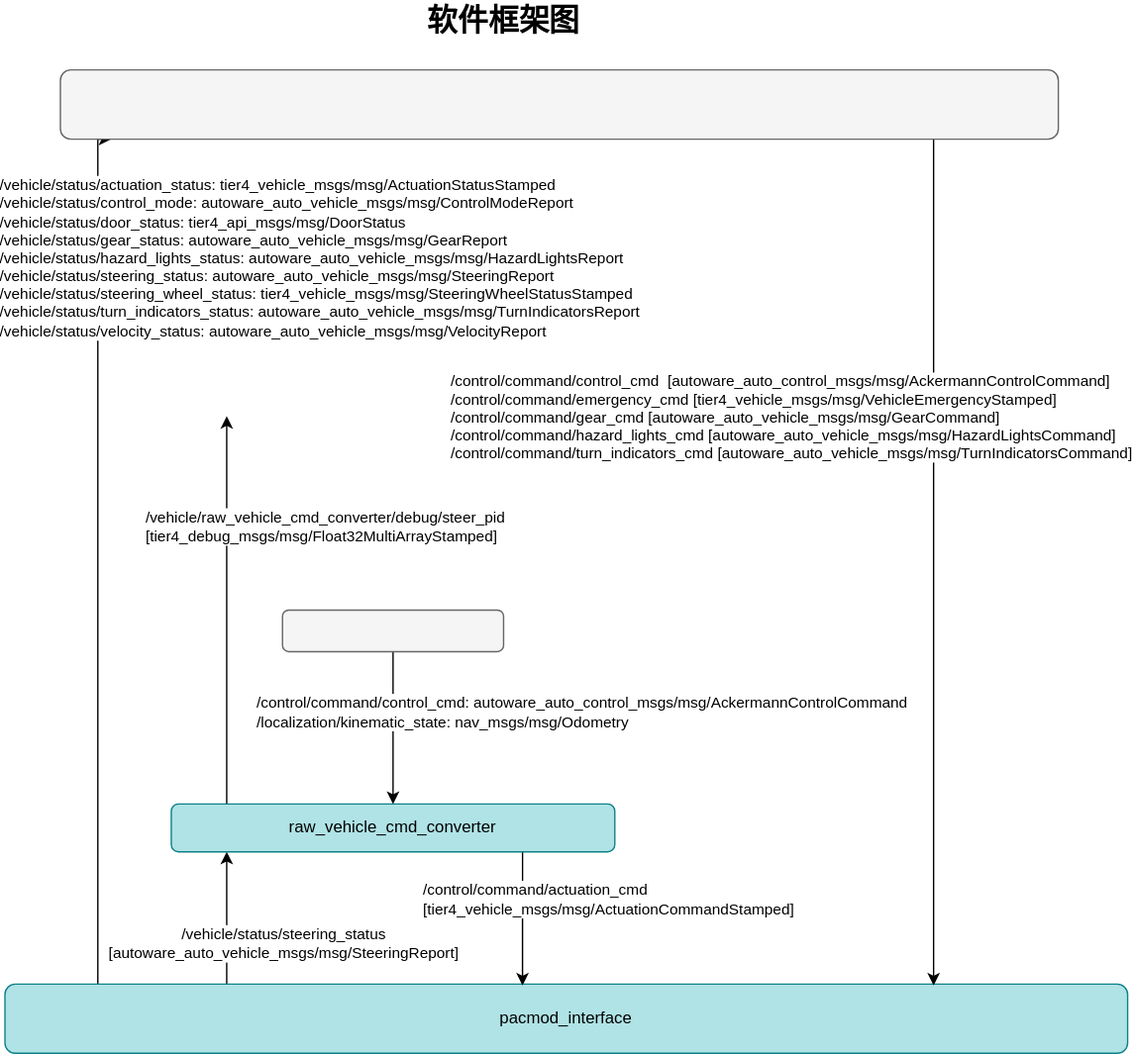
Above: co_co2_detector.drawio.svg in Jiangxumin/co_co2_detector_doc (draw.io), before the change. Source tidied: cells renumbered, new cells last; positions are measured from the earlier drawing's top-left corner, leaving out a move shared by most shapes. The source it was exported from:
```xml
<mxGraphModel>
  <root>
    <mxCell id="0" />
    <mxCell id="1" value="Toggles" parent="0" />
    <mxCell id="2" style="edgeStyle=orthogonalEdgeStyle;rounded=0;jettySize=auto;html=1;endArrow=classic;endFill=1;exitX=0.086;exitY=0.025;exitDx=0;exitDy=0;exitPerimeter=0;entryX=0.051;entryY=1;entryDx=0;entryDy=0;entryPerimeter=0;" parent="1" edge="1" source="6" target="9">
      <mxGeometry relative="1" as="geometry">
        <Array as="points">
          <mxPoint x="67" y="711" />
        </Array>
      </mxGeometry>
    </mxCell>
    <mxCell id="3" value="&lt;div style=&quot;text-align: left&quot;&gt;/vehicle/status/actuation_status: tier4_vehicle_msgs/msg/ActuationStatusStamped&lt;br&gt;&lt;/div&gt;&lt;div style=&quot;text-align: left&quot;&gt;/vehicle/status/control_mode: autoware_auto_vehicle_msgs/msg/ControlModeReport&lt;/div&gt;&lt;div style=&quot;text-align: left&quot;&gt;/vehicle/status/door_status: tier4_api_msgs/msg/DoorStatus&lt;/div&gt;&lt;div style=&quot;text-align: left&quot;&gt;/vehicle/status/gear_status: autoware_auto_vehicle_msgs/msg/GearReport&lt;/div&gt;&lt;div style=&quot;text-align: left&quot;&gt;/vehicle/status/hazard_lights_status: autoware_auto_vehicle_msgs/msg/HazardLightsReport&lt;/div&gt;&lt;div style=&quot;text-align: left&quot;&gt;/vehicle/status/steering_status: autoware_auto_vehicle_msgs/msg/SteeringReport&lt;/div&gt;&lt;div style=&quot;text-align: left&quot;&gt;/vehicle/status/steering_wheel_status: tier4_vehicle_msgs/msg/SteeringWheelStatusStamped&lt;/div&gt;&lt;div style=&quot;text-align: left&quot;&gt;/vehicle/status/turn_indicators_status: autoware_auto_vehicle_msgs/msg/TurnIndicatorsReport&lt;/div&gt;&lt;div style=&quot;text-align: left&quot;&gt;/vehicle/status/velocity_status: autoware_auto_vehicle_msgs/msg/VelocityReport&lt;/div&gt;" style="edgeLabel;html=1;align=center;verticalAlign=middle;" parent="2" vertex="1">
      <mxGeometry x="0.27" y="2" relative="1" as="geometry">
        <mxPoint x="161" y="-132" as="offset" />
      </mxGeometry>
    </mxCell>
    <mxCell id="4" style="edgeStyle=orthogonalEdgeStyle;rounded=0;jettySize=auto;html=1;" parent="1" edge="1" source="6" target="14">
      <mxGeometry relative="1" as="geometry">
        <Array as="points">
          <mxPoint x="160" y="630" />
          <mxPoint x="160" y="630" />
        </Array>
      </mxGeometry>
    </mxCell>
    <mxCell id="5" value="&lt;span style=&quot;text-align: left&quot;&gt;/vehicle/status/steering_status&lt;br&gt;[autoware_auto_vehicle_msgs/msg/SteeringReport]&lt;/span&gt;" style="edgeLabel;html=1;align=center;verticalAlign=middle;" parent="4" vertex="1">
      <mxGeometry x="0.2" y="-1" relative="1" as="geometry">
        <mxPoint x="39" y="27" as="offset" />
      </mxGeometry>
    </mxCell>
    <mxCell id="6" value="pacmod_interface" style="rounded=1;whiteSpace=wrap;html=1;fillColor=#b0e3e6;strokeColor=#0e8088;align=center;comic=0;sketch=0;" parent="1" vertex="1">
      <mxGeometry y="710" width="810" height="50" as="geometry" />
    </mxCell>
    <mxCell id="7" style="edgeStyle=orthogonalEdgeStyle;rounded=0;orthogonalLoop=1;jettySize=auto;html=1;" parent="1" edge="1">
      <mxGeometry relative="1" as="geometry">
        <mxPoint x="670" y="60" as="sourcePoint" />
        <mxPoint x="670" y="711" as="targetPoint" />
        <Array as="points">
          <mxPoint x="670" y="50" />
          <mxPoint x="670" y="711" />
        </Array>
      </mxGeometry>
    </mxCell>
    <mxCell id="8" value="&lt;div&gt;/control/command/control_cmd&amp;nbsp; [autoware_auto_control_msgs/msg/AckermannControlCommand]&lt;br&gt;&lt;/div&gt;&lt;div&gt;/control/command/emergency_cmd [tier4_vehicle_msgs/msg/VehicleEmergencyStamped]&lt;/div&gt;&lt;div&gt;/control/command/gear_cmd [autoware_auto_vehicle_msgs/msg/GearCommand]&lt;/div&gt;&lt;div&gt;/control/command/hazard_lights_cmd [autoware_auto_vehicle_msgs/msg/HazardLightsCommand]&lt;/div&gt;&lt;div&gt;/control/command/turn_indicators_cmd [autoware_auto_vehicle_msgs/msg/TurnIndicatorsCommand]&lt;/div&gt;" style="edgeLabel;html=1;align=left;verticalAlign=middle;" parent="7" vertex="1">
      <mxGeometry x="-0.19" relative="1" as="geometry">
        <mxPoint x="-350" y="-10" as="offset" />
      </mxGeometry>
    </mxCell>
    <mxCell id="9" style="rounded=1;whiteSpace=wrap;html=1;fillColor=#f5f5f5;strokeColor=#666666;align=left;comic=0;sketch=0;fontColor=#333333;" parent="1" vertex="1">
      <mxGeometry x="40" y="50" width="720" height="50" as="geometry" />
    </mxCell>
    <mxCell id="10" style="rounded=0;jettySize=auto;html=1;endArrow=classic;endFill=1;exitX=0.792;exitY=1.009;exitDx=0;exitDy=0;exitPerimeter=0;entryX=0.461;entryY=0.02;entryDx=0;entryDy=0;entryPerimeter=0;" parent="1" edge="1" source="14" target="6">
      <mxGeometry relative="1" as="geometry" />
    </mxCell>
    <mxCell id="11" value="&lt;div&gt;/control/command/actuation_cmd &lt;br&gt;[tier4_vehicle_msgs/msg/ActuationCommandStamped]&lt;br&gt;&lt;/div&gt;" style="edgeLabel;html=1;align=left;verticalAlign=middle;" parent="10" vertex="1">
      <mxGeometry x="-0.51" y="1" relative="1" as="geometry">
        <mxPoint x="-74" y="10" as="offset" />
      </mxGeometry>
    </mxCell>
    <mxCell id="12" style="edgeStyle=orthogonalEdgeStyle;rounded=0;jettySize=auto;html=1;endArrow=classic;endFill=1;" parent="1" edge="1" source="14">
      <mxGeometry relative="1" as="geometry">
        <mxPoint x="160" y="300" as="targetPoint" />
        <Array as="points">
          <mxPoint x="160" y="300" />
          <mxPoint x="160" y="300" />
        </Array>
      </mxGeometry>
    </mxCell>
    <mxCell id="13" value="&lt;div style=&quot;text-align: left&quot;&gt;/vehicle/raw_vehicle_cmd_converter/debug/steer_pid&lt;br&gt;&lt;/div&gt;&lt;div style=&quot;text-align: left&quot;&gt;[tier4_debug_msgs/msg/Float32MultiArrayStamped]&lt;/div&gt;" style="edgeLabel;html=1;align=center;verticalAlign=middle;" parent="12" vertex="1">
      <mxGeometry x="0.48" y="1" relative="1" as="geometry">
        <mxPoint x="71" y="6" as="offset" />
      </mxGeometry>
    </mxCell>
    <mxCell id="14" value="&lt;div&gt;raw_vehicle_cmd_&lt;span&gt;converter&lt;/span&gt;&lt;/div&gt;" style="rounded=1;whiteSpace=wrap;html=1;fillColor=#b0e3e6;strokeColor=#0e8088;align=center;comic=0;sketch=0;" parent="1" vertex="1">
      <mxGeometry x="120" y="580" width="320" height="34.5" as="geometry" />
    </mxCell>
    <mxCell id="15" style="rounded=0;jettySize=auto;html=1;endArrow=classic;endFill=1;entryX=0.5;entryY=0;entryDx=0;entryDy=0;" parent="1" edge="1" source="17" target="14">
      <mxGeometry relative="1" as="geometry" />
    </mxCell>
    <mxCell id="16" value="&lt;div&gt;/control/command/control_cmd: autoware_auto_control_msgs/msg/AckermannControlCommand&lt;/div&gt;&lt;div&gt;/localization/kinematic_state: nav_msgs/msg/Odometry&lt;/div&gt;" style="edgeLabel;html=1;align=left;verticalAlign=middle;" parent="15" vertex="1">
      <mxGeometry x="-0.43" y="-1" relative="1" as="geometry">
        <mxPoint x="-99" y="11" as="offset" />
      </mxGeometry>
    </mxCell>
    <mxCell id="17" style="rounded=1;whiteSpace=wrap;html=1;fillColor=#f5f5f5;strokeColor=#666666;align=left;comic=0;sketch=0;fontColor=#333333;" parent="1" vertex="1">
      <mxGeometry x="200.2" y="440" width="159.5" height="30" as="geometry" />
    </mxCell>
    <mxCell id="18" value="软件框架图" style="text;html=1;strokeColor=none;fillColor=none;align=center;verticalAlign=middle;whiteSpace=wrap;rounded=0;fontStyle=1;fontSize=22;" parent="1" vertex="1">
      <mxGeometry x="50" width="620" height="30" as="geometry" />
    </mxCell>
    <mxCell id="19" parent="0" />
    <mxCell id="20" value="Control" parent="0" />
    <mxCell id="21" value="Planning" parent="0" />
    <mxCell id="22" value="Perception" parent="0" />
    <mxCell id="23" value="Topics" parent="0" />
    <mxCell id="24" value="VehicleInterface" parent="0" />
    <mxCell id="25" value="Vehicle" parent="0" />
    <mxCell id="26" value="Sensing" parent="0" />
    <mxCell id="27" value="Localization" parent="0" />
    <mxCell id="28" style="edgeStyle=orthogonalEdgeStyle;rounded=0;comic=1;orthogonalLoop=1;jettySize=auto;html=1;" parent="27" edge="1">
      <mxGeometry relative="1" as="geometry">
        <mxPoint y="190" as="targetPoint" />
      </mxGeometry>
    </mxCell>
    <mxCell id="29" value="System" parent="0" />
    <mxCell id="30" value="/pacmod/**" style="edgeStyle=orthogonalEdgeStyle;rounded=0;comic=1;orthogonalLoop=1;jettySize=auto;html=1;fillColor=#f5f5f5;strokeColor=#666666;" parent="29" edge="1">
      <mxGeometry relative="1" as="geometry" />
    </mxCell>
    <mxCell id="31" style="edgeStyle=orthogonalEdgeStyle;rounded=0;comic=1;orthogonalLoop=1;jettySize=auto;html=1;" parent="29" edge="1">
      <mxGeometry relative="1" as="geometry">
        <mxPoint y="190" as="targetPoint" />
      </mxGeometry>
    </mxCell>
  </root>
</mxGraphModel>
```
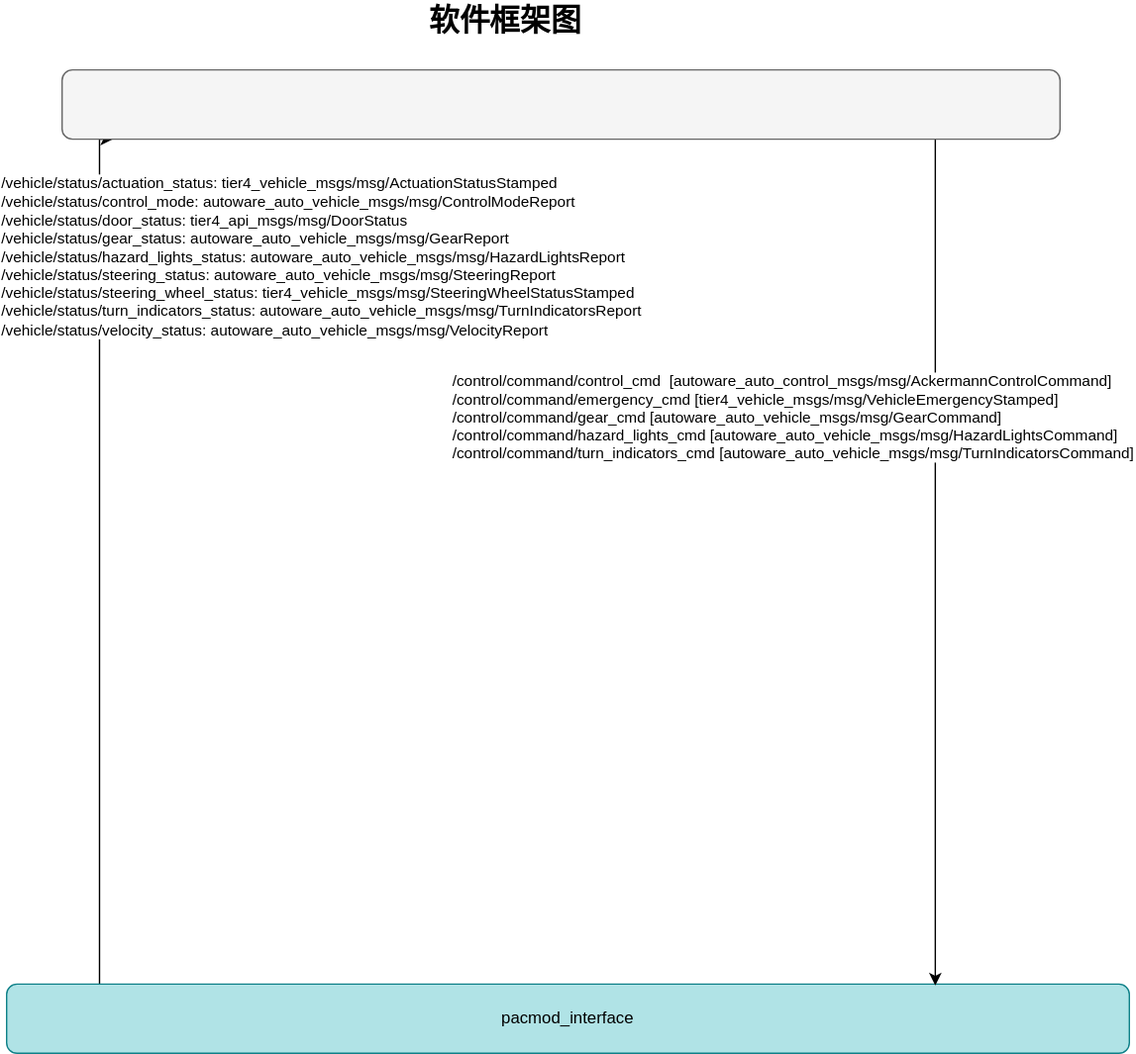
After the change.

Diff of the diagram source:
```diff
@@ -14,19 +14,6 @@
         <mxPoint x="161" y="-132" as="offset" />
       </mxGeometry>
     </mxCell>
-    <mxCell id="4" style="edgeStyle=orthogonalEdgeStyle;rounded=0;jettySize=auto;html=1;" parent="1" edge="1" source="6" target="14">
-      <mxGeometry relative="1" as="geometry">
-        <Array as="points">
-          <mxPoint x="160" y="630" />
-          <mxPoint x="160" y="630" />
-        </Array>
-      </mxGeometry>
-    </mxCell>
-    <mxCell id="5" value="&lt;span style=&quot;text-align: left&quot;&gt;/vehicle/status/steering_status&lt;br&gt;[autoware_auto_vehicle_msgs/msg/SteeringReport]&lt;/span&gt;" style="edgeLabel;html=1;align=center;verticalAlign=middle;" parent="4" vertex="1">
-      <mxGeometry x="0.2" y="-1" relative="1" as="geometry">
-        <mxPoint x="39" y="27" as="offset" />
-      </mxGeometry>
-    </mxCell>
     <mxCell id="6" value="pacmod_interface" style="rounded=1;whiteSpace=wrap;html=1;fillColor=#b0e3e6;strokeColor=#0e8088;align=center;comic=0;sketch=0;" parent="1" vertex="1">
       <mxGeometry y="710" width="810" height="50" as="geometry" />
     </mxCell>
@@ -48,42 +35,6 @@
     <mxCell id="9" style="rounded=1;whiteSpace=wrap;html=1;fillColor=#f5f5f5;strokeColor=#666666;align=left;comic=0;sketch=0;fontColor=#333333;" parent="1" vertex="1">
       <mxGeometry x="40" y="50" width="720" height="50" as="geometry" />
     </mxCell>
-    <mxCell id="10" style="rounded=0;jettySize=auto;html=1;endArrow=classic;endFill=1;exitX=0.792;exitY=1.009;exitDx=0;exitDy=0;exitPerimeter=0;entryX=0.461;entryY=0.02;entryDx=0;entryDy=0;entryPerimeter=0;" parent="1" edge="1" source="14" target="6">
-      <mxGeometry relative="1" as="geometry" />
-    </mxCell>
-    <mxCell id="11" value="&lt;div&gt;/control/command/actuation_cmd &lt;br&gt;[tier4_vehicle_msgs/msg/ActuationCommandStamped]&lt;br&gt;&lt;/div&gt;" style="edgeLabel;html=1;align=left;verticalAlign=middle;" parent="10" vertex="1">
-      <mxGeometry x="-0.51" y="1" relative="1" as="geometry">
-        <mxPoint x="-74" y="10" as="offset" />
-      </mxGeometry>
-    </mxCell>
-    <mxCell id="12" style="edgeStyle=orthogonalEdgeStyle;rounded=0;jettySize=auto;html=1;endArrow=classic;endFill=1;" parent="1" edge="1" source="14">
-      <mxGeometry relative="1" as="geometry">
-        <mxPoint x="160" y="300" as="targetPoint" />
-        <Array as="points">
-          <mxPoint x="160" y="300" />
-          <mxPoint x="160" y="300" />
-        </Array>
-      </mxGeometry>
-    </mxCell>
-    <mxCell id="13" value="&lt;div style=&quot;text-align: left&quot;&gt;/vehicle/raw_vehicle_cmd_converter/debug/steer_pid&lt;br&gt;&lt;/div&gt;&lt;div style=&quot;text-align: left&quot;&gt;[tier4_debug_msgs/msg/Float32MultiArrayStamped]&lt;/div&gt;" style="edgeLabel;html=1;align=center;verticalAlign=middle;" parent="12" vertex="1">
-      <mxGeometry x="0.48" y="1" relative="1" as="geometry">
-        <mxPoint x="71" y="6" as="offset" />
-      </mxGeometry>
-    </mxCell>
-    <mxCell id="14" value="&lt;div&gt;raw_vehicle_cmd_&lt;span&gt;converter&lt;/span&gt;&lt;/div&gt;" style="rounded=1;whiteSpace=wrap;html=1;fillColor=#b0e3e6;strokeColor=#0e8088;align=center;comic=0;sketch=0;" parent="1" vertex="1">
-      <mxGeometry x="120" y="580" width="320" height="34.5" as="geometry" />
-    </mxCell>
-    <mxCell id="15" style="rounded=0;jettySize=auto;html=1;endArrow=classic;endFill=1;entryX=0.5;entryY=0;entryDx=0;entryDy=0;" parent="1" edge="1" source="17" target="14">
-      <mxGeometry relative="1" as="geometry" />
-    </mxCell>
-    <mxCell id="16" value="&lt;div&gt;/control/command/control_cmd: autoware_auto_control_msgs/msg/AckermannControlCommand&lt;/div&gt;&lt;div&gt;/localization/kinematic_state: nav_msgs/msg/Odometry&lt;/div&gt;" style="edgeLabel;html=1;align=left;verticalAlign=middle;" parent="15" vertex="1">
-      <mxGeometry x="-0.43" y="-1" relative="1" as="geometry">
-        <mxPoint x="-99" y="11" as="offset" />
-      </mxGeometry>
-    </mxCell>
-    <mxCell id="17" style="rounded=1;whiteSpace=wrap;html=1;fillColor=#f5f5f5;strokeColor=#666666;align=left;comic=0;sketch=0;fontColor=#333333;" parent="1" vertex="1">
-      <mxGeometry x="200.2" y="440" width="159.5" height="30" as="geometry" />
-    </mxCell>
     <mxCell id="18" value="软件框架图" style="text;html=1;strokeColor=none;fillColor=none;align=center;verticalAlign=middle;whiteSpace=wrap;rounded=0;fontStyle=1;fontSize=22;" parent="1" vertex="1">
       <mxGeometry x="50" width="620" height="30" as="geometry" />
     </mxCell>
```
